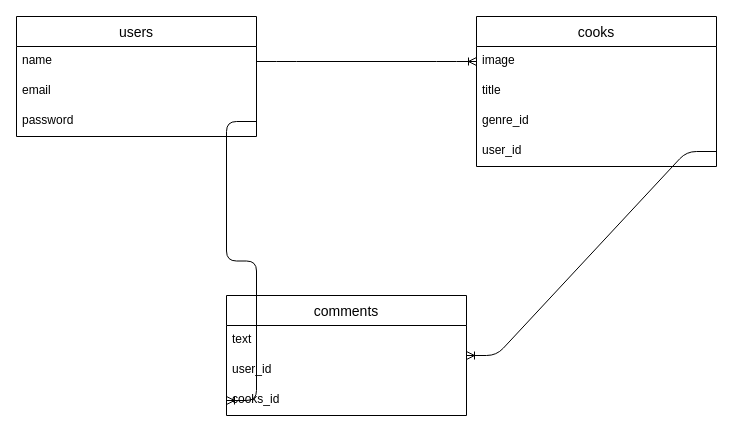
Before: ER.dio in Reo-Miyagawa/kitchen, a draw.io diagram. Source tidied: cells renumbered, new cells numbered last; positions are measured from the earlier drawing's top-left corner, leaving out a move shared by most shapes. Both pictures are drawn from the tidied source at 100%, with x=0, y=0 at pixel (16, 16).
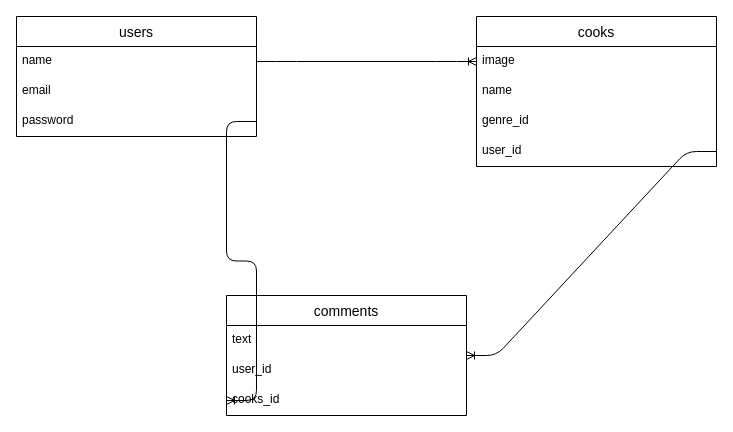
After the change.

Diff of the diagram source:
```diff
@@
 <mxGraphModel>
   <root>
     <mxCell id="0" />
     <mxCell id="1" parent="0" />
     <mxCell id="2" style="edgeStyle=entityRelationEdgeStyle;fontSize=12;html=1;endArrow=ERoneToMany;entryX=0;entryY=0.5;entryDx=0;entryDy=0;exitX=1;exitY=0.5;exitDx=0;exitDy=0;" parent="1" edge="1" source="4" target="8">
       <mxGeometry relative="1" as="geometry" />
     </mxCell>
     <mxCell id="3" value="users" style="swimlane;fontStyle=0;horizontal=1;startSize=30;align=center;fontSize=14;" parent="1" vertex="1">
       <mxGeometry width="240" height="120" as="geometry" />
     </mxCell>
     <mxCell id="4" value="name" style="text;strokeColor=none;fillColor=none;spacingLeft=4;spacingRight=4;overflow=hidden;points=[[0,0.5],[1,0.5]];portConstraint=eastwest;fontSize=12;" parent="3" vertex="1">
       <mxGeometry y="30" width="240" height="30" as="geometry" />
     </mxCell>
     <mxCell id="5" value="email" style="text;strokeColor=none;fillColor=none;spacingLeft=4;spacingRight=4;overflow=hidden;fontSize=12;" parent="3" vertex="1">
       <mxGeometry y="60" width="240" height="30" as="geometry" />
     </mxCell>
     <mxCell id="6" value="password" style="text;strokeColor=none;fillColor=none;spacingLeft=4;spacingRight=4;overflow=hidden;points=[[0,0.5],[1,0.5]];portConstraint=eastwest;fontSize=12;" parent="3" vertex="1">
       <mxGeometry y="90" width="240" height="30" as="geometry" />
     </mxCell>
     <mxCell id="7" value="cooks" style="swimlane;fontStyle=0;horizontal=1;startSize=30;align=center;fontSize=14;" parent="1" vertex="1">
       <mxGeometry x="460" width="240" height="150" as="geometry" />
     </mxCell>
     <mxCell id="8" value="image" style="text;strokeColor=none;fillColor=none;spacingLeft=4;spacingRight=4;overflow=hidden;points=[[0,0.5],[1,0.5]];portConstraint=eastwest;fontSize=12;" parent="7" vertex="1">
       <mxGeometry y="30" width="240" height="30" as="geometry" />
     </mxCell>
-    <mxCell id="9" value="title" style="text;strokeColor=none;fillColor=none;spacingLeft=4;spacingRight=4;overflow=hidden;fontSize=12;" parent="7" vertex="1">
+    <mxCell id="9" value="name" style="text;strokeColor=none;fillColor=none;spacingLeft=4;spacingRight=4;overflow=hidden;fontSize=12;" parent="7" vertex="1">
       <mxGeometry y="60" width="240" height="30" as="geometry" />
     </mxCell>
     <mxCell id="10" value="genre_id" style="text;strokeColor=none;fillColor=none;spacingLeft=4;spacingRight=4;overflow=hidden;fontSize=12;" parent="7" vertex="1">
       <mxGeometry y="90" width="240" height="30" as="geometry" />
     </mxCell>
     <mxCell id="11" value="user_id" style="text;strokeColor=none;fillColor=none;spacingLeft=4;spacingRight=4;overflow=hidden;points=[[0,0.5],[1,0.5]];portConstraint=eastwest;fontSize=12;" parent="7" vertex="1">
       <mxGeometry y="120" width="240" height="30" as="geometry" />
     </mxCell>
     <mxCell id="12" value="comments" style="swimlane;fontStyle=0;horizontal=1;startSize=30;align=center;fontSize=14;" parent="1" vertex="1">
       <mxGeometry x="210" y="279" width="240" height="120" as="geometry" />
     </mxCell>
     <mxCell id="13" value="text" style="text;strokeColor=none;fillColor=none;spacingLeft=4;spacingRight=4;overflow=hidden;fontSize=12;" parent="12" vertex="1">
       <mxGeometry y="30" width="240" height="30" as="geometry" />
     </mxCell>
     <mxCell id="14" value="user_id" style="text;strokeColor=none;fillColor=none;spacingLeft=4;spacingRight=4;overflow=hidden;fontSize=12;" parent="12" vertex="1">
       <mxGeometry y="60" width="240" height="30" as="geometry" />
     </mxCell>
     <mxCell id="15" value="cooks_id" style="text;strokeColor=none;fillColor=none;spacingLeft=4;spacingRight=4;overflow=hidden;points=[[0,0.5],[1,0.5]];portConstraint=eastwest;fontSize=12;" parent="12" vertex="1">
       <mxGeometry y="90" width="240" height="30" as="geometry" />
     </mxCell>
     <mxCell id="16" style="edgeStyle=entityRelationEdgeStyle;fontSize=12;html=1;endArrow=ERoneToMany;entryX=0;entryY=0.5;entryDx=0;entryDy=0;exitX=1;exitY=0.5;exitDx=0;exitDy=0;" parent="1" edge="1" source="6" target="15">
       <mxGeometry relative="1" as="geometry" />
     </mxCell>
     <mxCell id="17" style="edgeStyle=entityRelationEdgeStyle;fontSize=12;html=1;endArrow=ERoneToMany;exitX=1;exitY=0.5;exitDx=0;exitDy=0;" parent="1" edge="1" source="11" target="12">
       <mxGeometry relative="1" as="geometry" />
     </mxCell>
   </root>
 </mxGraphModel>
```
